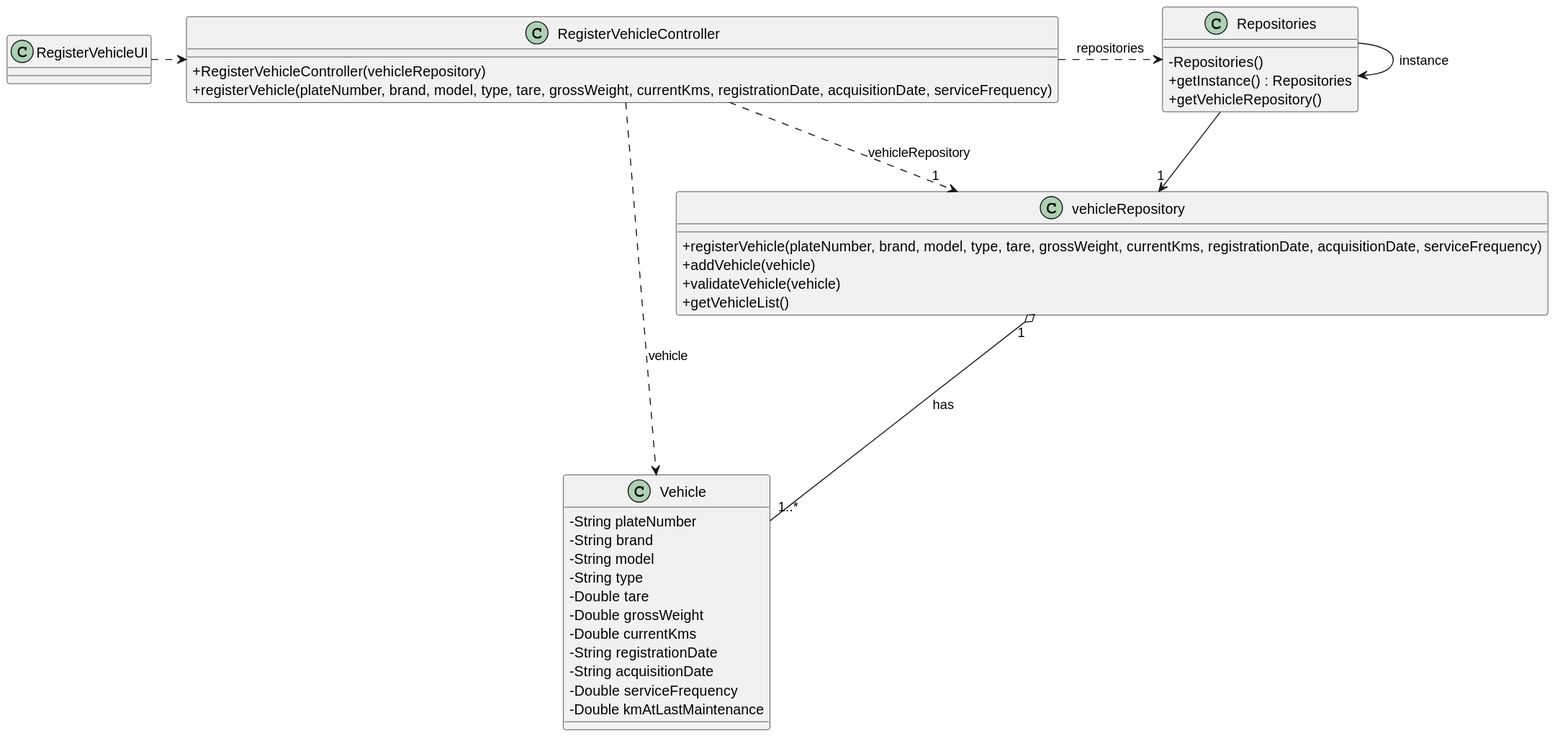
Before: docs/sprintC/us006/03.design/svg/us006-class-diagram.svg, a diagram exported from PlantUML (diogoveirospro/lei-24-s2-1dg-g072). Its diagram source:
```plantuml
@startuml
skinparam packageStyle rectangle
skinparam shadowing false
skinparam linetype polyline

skinparam classAttributeIconSize 0


class Repositories {
    - Repositories()
    + getInstance() : Repositories
    + getVehicleRepository()
}

class RegisterVehicleController {
    + RegisterVehicleController(vehicleRepository)
    + registerVehicle(plateNumber, brand, model, type, tare, grossWeight, currentKms, registrationDate, acquisitionDate, serviceFrequency)
}

class vehicleRepository{
    + registerVehicle(plateNumber, brand, model, type, tare, grossWeight, currentKms, registrationDate, acquisitionDate, serviceFrequency)
    + addVehicle(vehicle)
    + validateVehicle(vehicle)
    + getVehicleList()
}

class RegisterVehicleUI {
}

class Vehicle{
    - String plateNumber
    - String brand
    - String model
    - String type
    - Double tare
    - Double grossWeight
    - Double currentKms
    - String registrationDate
    - String acquisitionDate
    - Double serviceFrequency
    - Double kmAtLastMaintenance

}

Repositories -> Repositories : instance

RegisterVehicleUI .> RegisterVehicleController
RegisterVehicleController .> "1" vehicleRepository : vehicleRepository


Repositories --> "1" vehicleRepository

RegisterVehicleController .> Repositories : repositories

vehicleRepository "1" o--- "1..*"Vehicle : has

RegisterVehicleController .> Vehicle : vehicle
@enduml
```
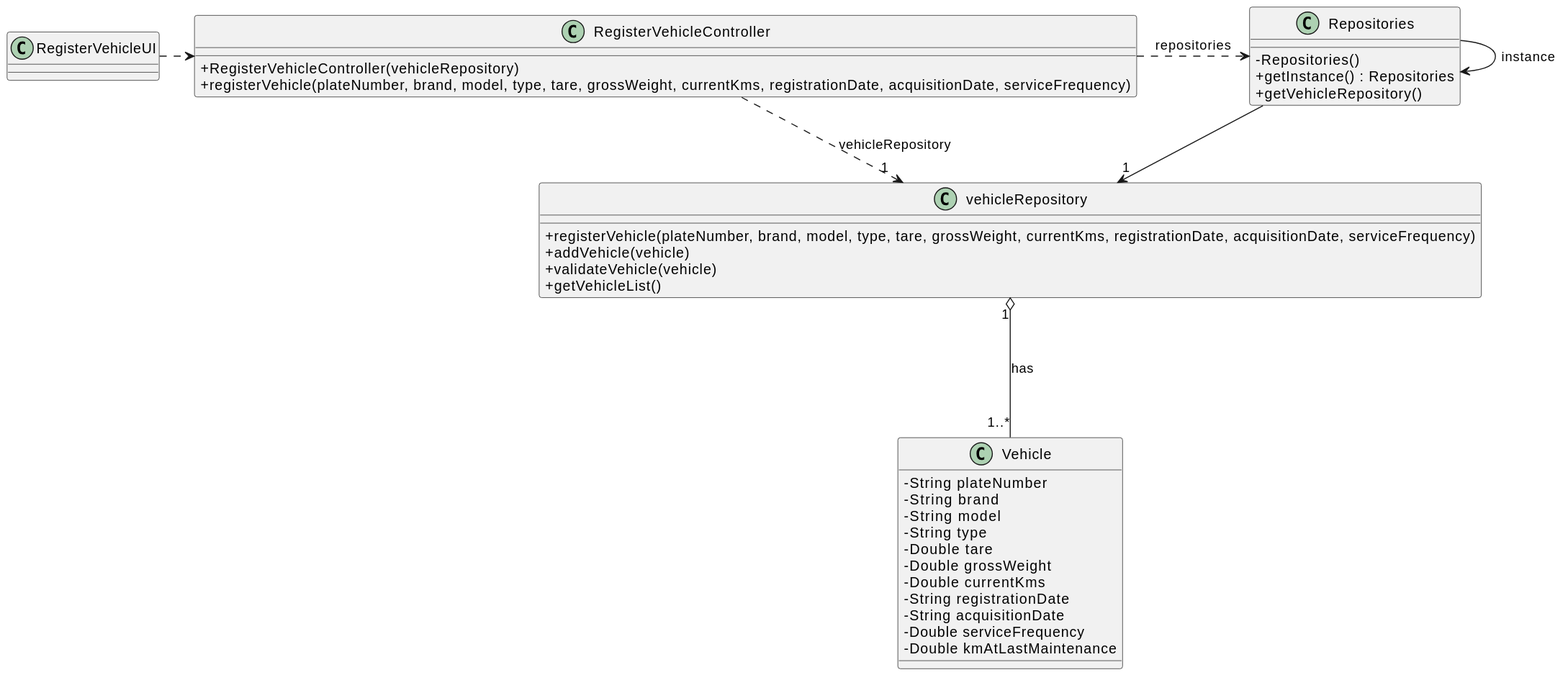
The same diagram one commit later.

The edit, as a diff of the source:
```diff
@@ -53,6 +53,4 @@
 RegisterVehicleController .> Repositories : repositories
 
 vehicleRepository "1" o--- "1..*"Vehicle : has
-
-RegisterVehicleController .> Vehicle : vehicle
 @enduml
```
